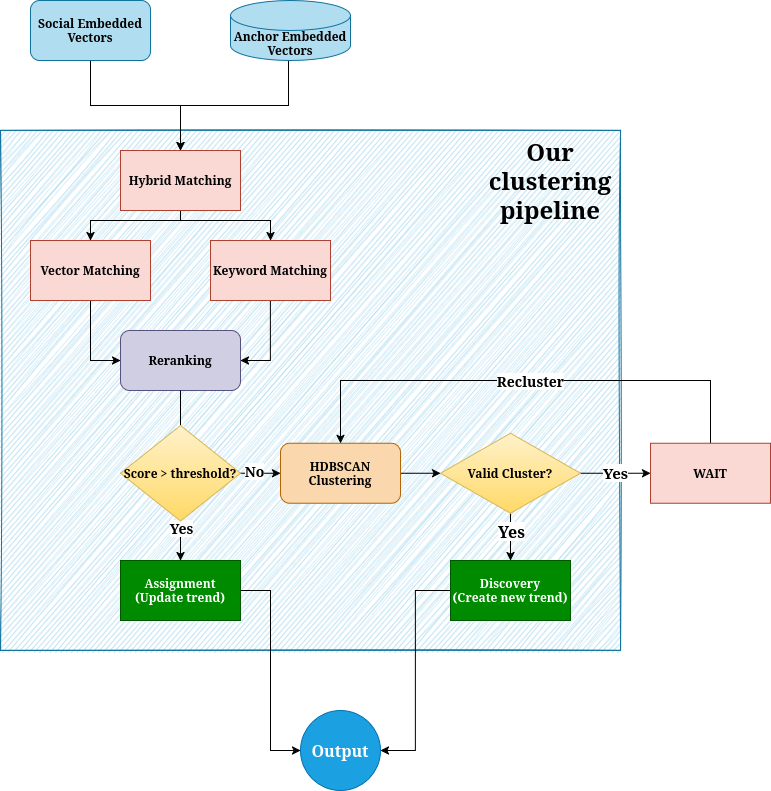
The draw.io diagram slides/final/figures/clustering_pipeline.png in GadGadGad/Real-time-Trend-Detection-on-Social-Media-Data, before a commit. Source tidied: cells renumbered, new cells last; positions are measured from the earlier drawing's top-left corner, leaving out a move shared by most shapes.
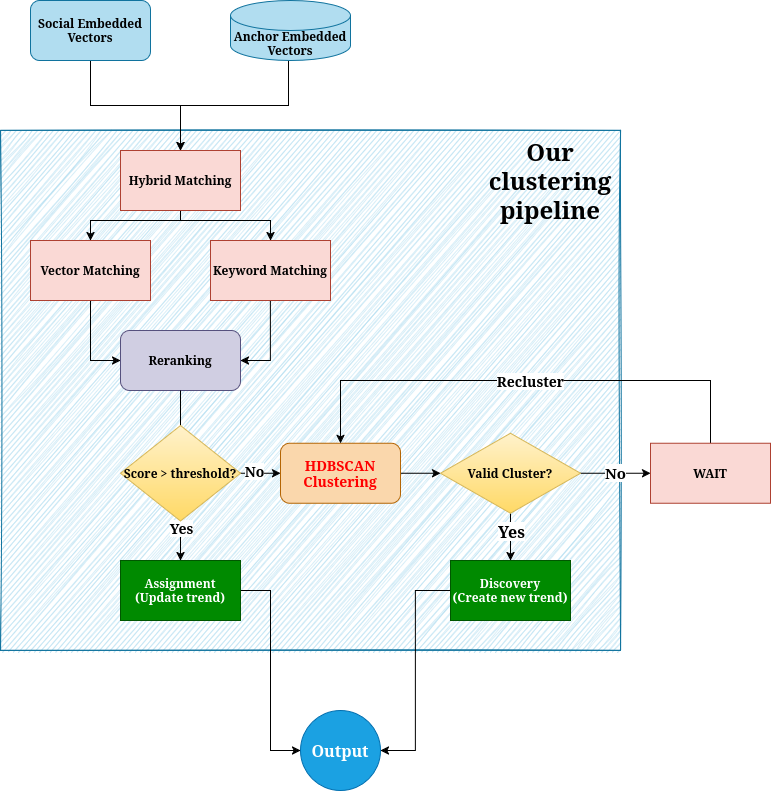
Above is the later version.

Commit message:
feat: big update (finalize)

The edit, as a diff of the source:
```diff
@@ -73,7 +73,7 @@
     <mxCell id="19" style="edgeStyle=orthogonalEdgeStyle;rounded=0;jettySize=auto;html=1;" parent="1" edge="1" source="20" target="27">
       <mxGeometry relative="1" as="geometry" />
     </mxCell>
-    <mxCell id="20" value="&lt;div&gt;HDBSCAN&lt;/div&gt;&lt;div&gt;Clustering&lt;/div&gt;" style="rounded=1;whiteSpace=wrap;html=1;fontStyle=1;fillColor=#fad7ac;strokeColor=#b46504;" parent="1" vertex="1">
+    <mxCell id="20" value="&lt;div&gt;HDBSCAN&lt;/div&gt;&lt;div&gt;Clustering&lt;/div&gt;" style="rounded=1;whiteSpace=wrap;html=1;fontStyle=1;fillColor=#fad7ac;strokeColor=#b46504;fontSize=14;fontColor=#FF0000;" parent="1" vertex="1">
       <mxGeometry x="280" y="442.8" width="120" height="60" as="geometry" />
     </mxCell>
     <mxCell id="21" style="edgeStyle=orthogonalEdgeStyle;rounded=0;jettySize=auto;html=1;entryX=0;entryY=0.5;entryDx=0;entryDy=0;" parent="1" edge="1" source="22" target="33">
@@ -93,7 +93,7 @@
     <mxCell id="25" style="edgeStyle=orthogonalEdgeStyle;rounded=0;jettySize=auto;html=1;" parent="1" edge="1" source="27" target="32">
       <mxGeometry relative="1" as="geometry" />
     </mxCell>
-    <mxCell id="26" value="Yes" style="edgeLabel;html=1;align=center;verticalAlign=middle;fontStyle=1;fontSize=15;" parent="25" vertex="1">
+    <mxCell id="26" value="No" style="edgeLabel;html=1;align=center;verticalAlign=middle;fontStyle=1;fontSize=15;" parent="25" vertex="1">
       <mxGeometry x="-0.03" y="1" relative="1" as="geometry" />
     </mxCell>
     <mxCell id="27" value="Valid Cluster?" style="rhombus;whiteSpace=wrap;html=1;rounded=0;fontStyle=1;fillColor=#fff2cc;gradientColor=#ffd966;strokeColor=#d6b656;" parent="1" vertex="1">
```
